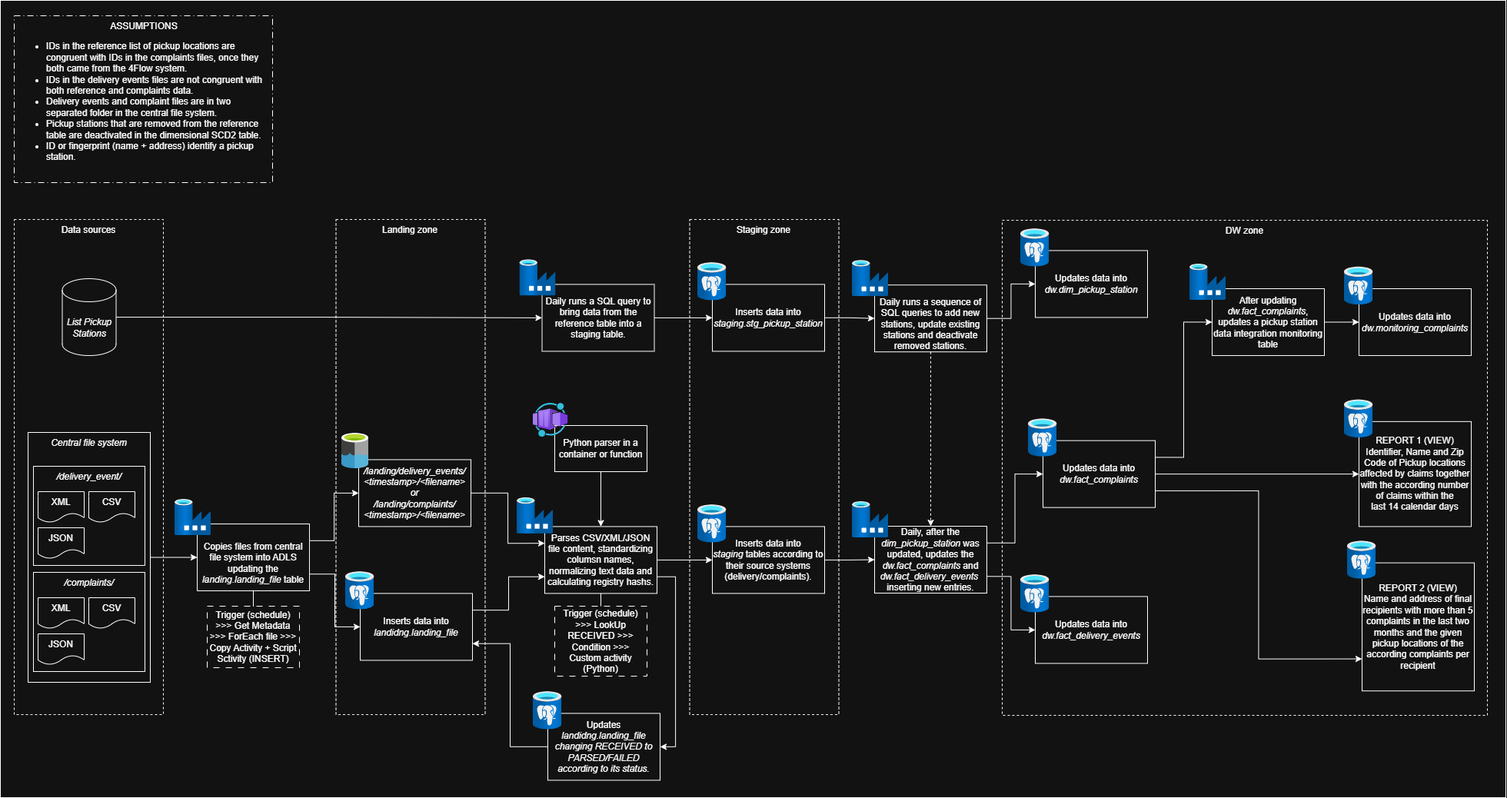
Before: docs/pipeline.png, a diagram exported from draw.io (brunopiato/proj_4flow). Source tidied: cells renumbered, new cells last; positions are measured from the earlier drawing's top-left corner, leaving out a move shared by most shapes.
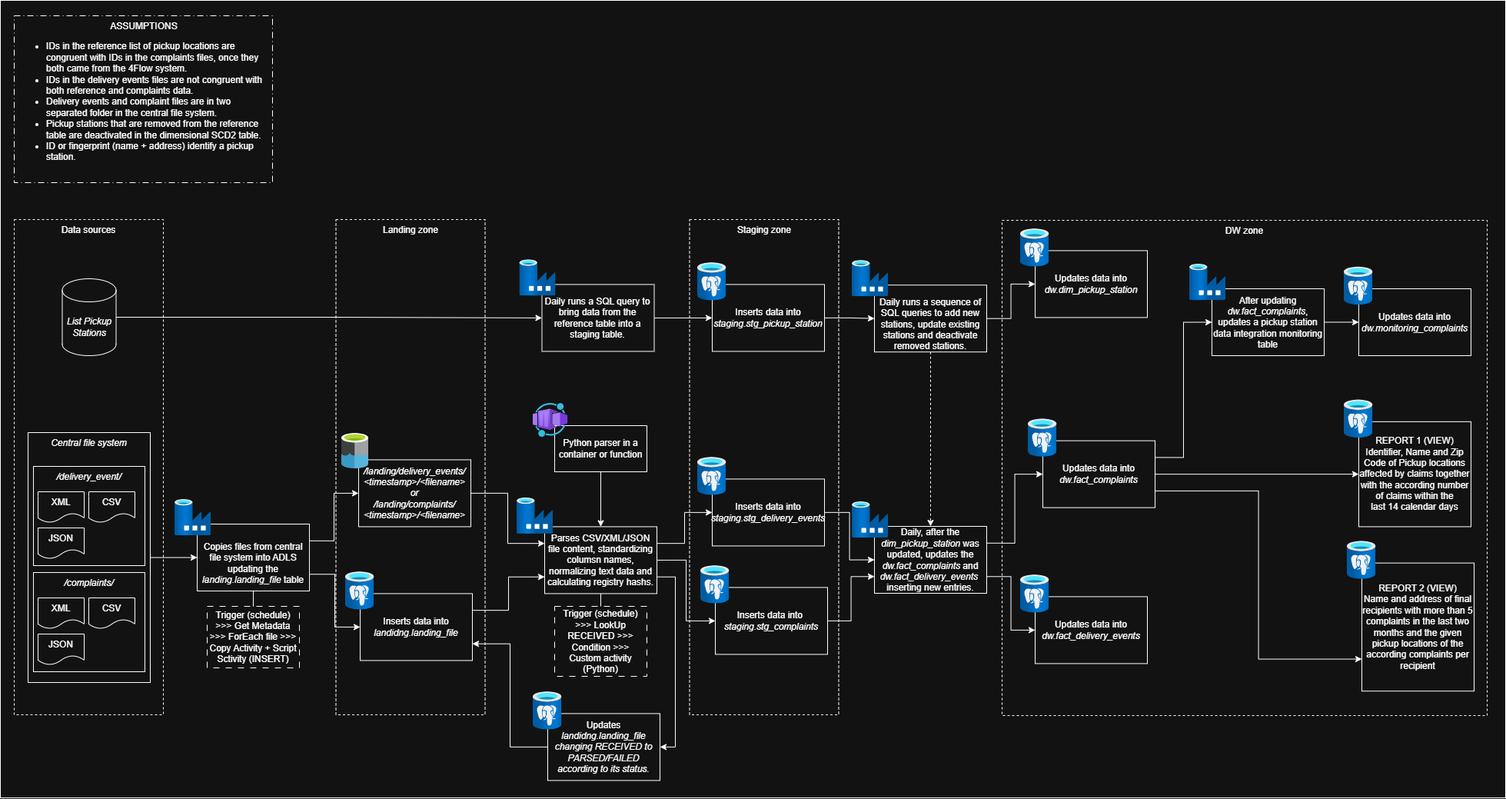
The same diagram one commit later.

Commit message:
docs: updated pipeline png and pdf

Diff of the diagram source:
```diff
@@ -141,15 +141,15 @@
       <mxGeometry relative="1" as="geometry" />
     </mxCell>
     <mxCell id="47" style="group;" parent="1" vertex="1">
-      <mxGeometry x="907" y="656" width="165" height="115.4" as="geometry" />
+      <mxGeometry x="907" y="594" width="165" height="115.4" as="geometry" />
     </mxCell>
-    <mxCell id="48" value="Inserts data into &lt;i&gt;staging&lt;/i&gt;&amp;nbsp;tables according to their source systems (delivery/complaints)." style="rounded=0;whiteSpace=wrap;html=1;" parent="47" vertex="1">
+    <mxCell id="48" value="Inserts data into &lt;i&gt;staging.stg_delivery_events&lt;/i&gt;" style="rounded=0;whiteSpace=wrap;html=1;" parent="47" vertex="1">
       <mxGeometry x="19" y="28.4" width="146" height="87" as="geometry" />
     </mxCell>
     <mxCell id="49" style="image;html=1;align=center;fontSize=12;image=img/lib/azure2/databases/Azure_Database_PostgreSQL_Server.svg;" parent="47" vertex="1">
       <mxGeometry width="37.2" height="49.7" as="geometry" />
     </mxCell>
-    <mxCell id="50" style="edgeStyle=orthogonalEdgeStyle;rounded=0;jettySize=auto;html=1;entryX=0;entryY=0.5;entryDx=0;entryDy=0;" parent="1" edge="1" source="21" target="48">
+    <mxCell id="50" style="edgeStyle=orthogonalEdgeStyle;rounded=0;jettySize=auto;html=1;entryX=0;entryY=0.5;entryDx=0;entryDy=0;exitX=1;exitY=0.25;exitDx=0;exitDy=0;" parent="1" edge="1" source="21" target="48">
       <mxGeometry relative="1" as="geometry" />
     </mxCell>
     <mxCell id="51" style="group;" parent="1" vertex="1">
@@ -296,5 +296,20 @@
     <mxCell id="98" style="edgeStyle=orthogonalEdgeStyle;rounded=0;jettySize=auto;html=1;entryX=0;entryY=0.5;entryDx=0;entryDy=0;" parent="1" edge="1" source="95" target="92">
       <mxGeometry relative="1" as="geometry" />
     </mxCell>
+    <mxCell id="99" style="group;" parent="1" vertex="1">
+      <mxGeometry x="911" y="735" width="165" height="115.4" as="geometry" />
+    </mxCell>
+    <mxCell id="100" value="Inserts data into&amp;nbsp;&lt;div&gt;&lt;i&gt;staging.stg_complaints&lt;/i&gt;&lt;/div&gt;" style="rounded=0;whiteSpace=wrap;html=1;" parent="99" vertex="1">
+      <mxGeometry x="19" y="28.4" width="146" height="87" as="geometry" />
+    </mxCell>
+    <mxCell id="101" style="image;html=1;align=center;fontSize=12;image=img/lib/azure2/databases/Azure_Database_PostgreSQL_Server.svg;" parent="99" vertex="1">
+      <mxGeometry width="37.2" height="49.7" as="geometry" />
+    </mxCell>
+    <mxCell id="102" style="edgeStyle=orthogonalEdgeStyle;rounded=0;jettySize=auto;html=1;exitX=1;exitY=0.5;exitDx=0;exitDy=0;entryX=0;entryY=0.5;entryDx=0;entryDy=0;" parent="1" edge="1" source="21" target="100">
+      <mxGeometry relative="1" as="geometry" />
+    </mxCell>
+    <mxCell id="103" style="edgeStyle=orthogonalEdgeStyle;rounded=0;jettySize=auto;html=1;entryX=0;entryY=0.75;entryDx=0;entryDy=0;" parent="1" edge="1" source="100" target="77">
+      <mxGeometry relative="1" as="geometry" />
+    </mxCell>
   </root>
 </mxGraphModel>
```
